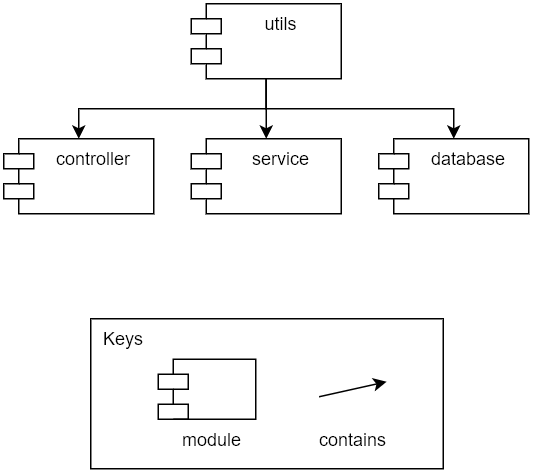
Before: wiki/images/phylodb-decomposition-utils.png, a diagram exported from draw.io (phyloviz/phyloDB). Source tidied: cells renumbered, new cells last; positions are measured from the earlier drawing's top-left corner, leaving out a move shared by most shapes. Its diagram source:
```xml
<mxGraphModel>
  <root>
    <mxCell id="0" />
    <mxCell id="1" parent="0" />
    <mxCell id="2" value="service" style="shape=module;align=left;spacingLeft=20;align=center;verticalAlign=top;" parent="1" vertex="1">
      <mxGeometry x="125" y="90" width="100" height="50" as="geometry" />
    </mxCell>
    <mxCell id="3" value="database" style="shape=module;align=left;spacingLeft=20;align=center;verticalAlign=top;" parent="1" vertex="1">
      <mxGeometry x="250" y="90" width="100" height="50" as="geometry" />
    </mxCell>
    <mxCell id="4" value="controller" style="shape=module;align=left;spacingLeft=20;align=center;verticalAlign=top;" parent="1" vertex="1">
      <mxGeometry y="90" width="100" height="50" as="geometry" />
    </mxCell>
    <mxCell id="5" style="edgeStyle=orthogonalEdgeStyle;rounded=0;jettySize=auto;html=1;exitX=0.5;exitY=1;exitDx=0;exitDy=0;entryX=0.5;entryY=0;entryDx=0;entryDy=0;" parent="1" edge="1" source="8" target="2">
      <mxGeometry relative="1" as="geometry" />
    </mxCell>
    <mxCell id="6" style="edgeStyle=orthogonalEdgeStyle;rounded=0;jettySize=auto;html=1;exitX=0.5;exitY=1;exitDx=0;exitDy=0;entryX=0.5;entryY=0;entryDx=0;entryDy=0;" parent="1" edge="1" source="8" target="4">
      <mxGeometry relative="1" as="geometry" />
    </mxCell>
    <mxCell id="7" style="edgeStyle=orthogonalEdgeStyle;rounded=0;jettySize=auto;html=1;exitX=0.5;exitY=1;exitDx=0;exitDy=0;entryX=0.5;entryY=0;entryDx=0;entryDy=0;" parent="1" edge="1" source="8" target="3">
      <mxGeometry relative="1" as="geometry" />
    </mxCell>
    <mxCell id="8" value="utils" style="shape=module;align=left;spacingLeft=20;align=center;verticalAlign=top;" parent="1" vertex="1">
      <mxGeometry x="125" width="100" height="50" as="geometry" />
    </mxCell>
    <mxCell id="9" style="group;" parent="1" vertex="1">
      <mxGeometry x="58" y="210" width="235" height="100" as="geometry" />
    </mxCell>
    <mxCell id="10" value="&amp;nbsp; Keys" style="rounded=0;whiteSpace=wrap;html=1;align=left;verticalAlign=top;" parent="9" vertex="1">
      <mxGeometry width="235" height="100" as="geometry" />
    </mxCell>
    <mxCell id="11" style="endArrow=classic;html=1;exitX=1;exitY=0.5;exitDx=0;exitDy=0;startArrow=none;startFill=0;endFill=1;" parent="9" edge="1">
      <mxGeometry relative="1" as="geometry">
        <mxPoint x="152.2" y="52" as="sourcePoint" />
        <mxPoint x="197.2" y="42" as="targetPoint" />
      </mxGeometry>
    </mxCell>
    <mxCell id="12" value="contains" style="text;html=1;strokeColor=none;fillColor=none;align=center;verticalAlign=middle;whiteSpace=wrap;rounded=0;" parent="9" vertex="1">
      <mxGeometry x="145" y="70" width="59.5" height="20" as="geometry" />
    </mxCell>
    <mxCell id="13" style="shape=module;align=left;spacingLeft=20;align=center;verticalAlign=top;" parent="9" vertex="1">
      <mxGeometry x="45" y="27" width="65" height="40" as="geometry" />
    </mxCell>
    <mxCell id="14" value="module" style="text;html=1;strokeColor=none;fillColor=none;align=center;verticalAlign=middle;whiteSpace=wrap;rounded=0;" parent="9" vertex="1">
      <mxGeometry x="50.5" y="70" width="59.5" height="20" as="geometry" />
    </mxCell>
  </root>
</mxGraphModel>
```
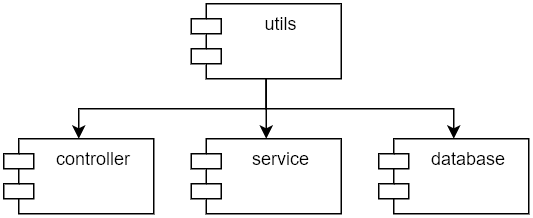
After the commit.

Diff of the diagram source:
```diff
@@ -23,26 +23,5 @@
     <mxCell id="8" value="utils" style="shape=module;align=left;spacingLeft=20;align=center;verticalAlign=top;" parent="1" vertex="1">
       <mxGeometry x="125" width="100" height="50" as="geometry" />
     </mxCell>
-    <mxCell id="9" style="group;" parent="1" vertex="1">
-      <mxGeometry x="58" y="210" width="235" height="100" as="geometry" />
-    </mxCell>
-    <mxCell id="10" value="&amp;nbsp; Keys" style="rounded=0;whiteSpace=wrap;html=1;align=left;verticalAlign=top;" parent="9" vertex="1">
-      <mxGeometry width="235" height="100" as="geometry" />
-    </mxCell>
-    <mxCell id="11" style="endArrow=classic;html=1;exitX=1;exitY=0.5;exitDx=0;exitDy=0;startArrow=none;startFill=0;endFill=1;" parent="9" edge="1">
-      <mxGeometry relative="1" as="geometry">
-        <mxPoint x="152.2" y="52" as="sourcePoint" />
-        <mxPoint x="197.2" y="42" as="targetPoint" />
-      </mxGeometry>
-    </mxCell>
-    <mxCell id="12" value="contains" style="text;html=1;strokeColor=none;fillColor=none;align=center;verticalAlign=middle;whiteSpace=wrap;rounded=0;" parent="9" vertex="1">
-      <mxGeometry x="145" y="70" width="59.5" height="20" as="geometry" />
-    </mxCell>
-    <mxCell id="13" style="shape=module;align=left;spacingLeft=20;align=center;verticalAlign=top;" parent="9" vertex="1">
-      <mxGeometry x="45" y="27" width="65" height="40" as="geometry" />
-    </mxCell>
-    <mxCell id="14" value="module" style="text;html=1;strokeColor=none;fillColor=none;align=center;verticalAlign=middle;whiteSpace=wrap;rounded=0;" parent="9" vertex="1">
-      <mxGeometry x="50.5" y="70" width="59.5" height="20" as="geometry" />
-    </mxCell>
   </root>
 </mxGraphModel>
```
